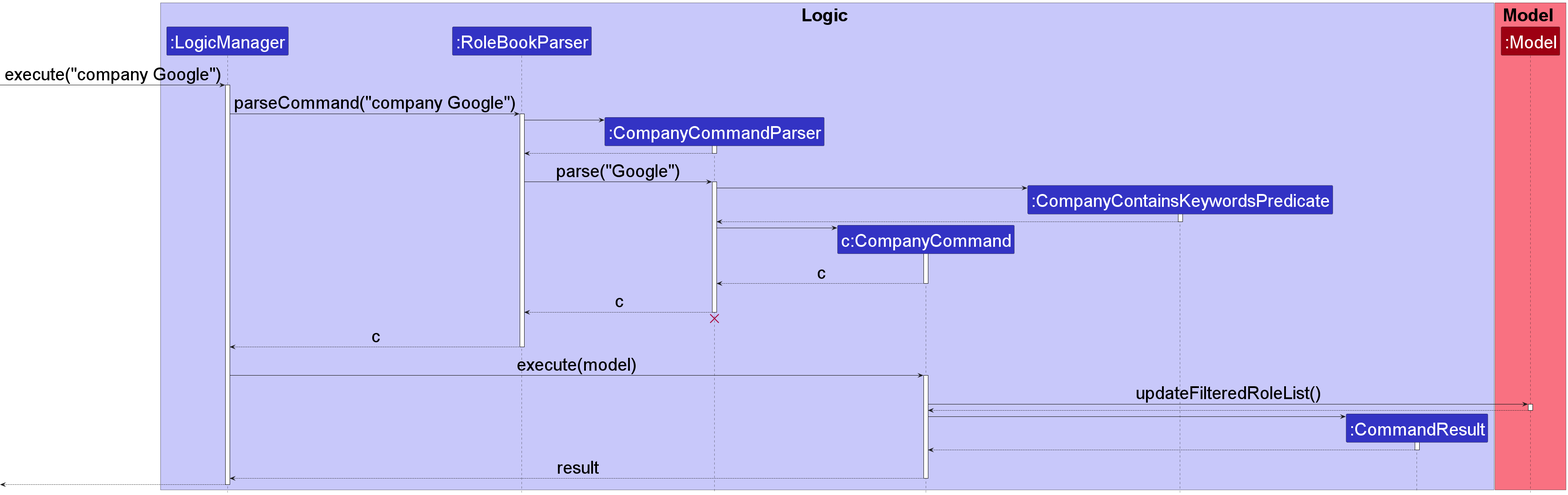
Above: docs/images/CompanyCommandSequenceDiagram.png in nus-cs2103-AY2223S2/tp (PlantUML), before the change. Its diagram source:
```plantuml
@startuml
!include style.puml

skinparam defaultFontSize 40

box Logic LOGIC_COLOR_T1
participant ":LogicManager" as LogicManager LOGIC_COLOR
participant ":RoleBookParser" as RoleBookParser LOGIC_COLOR
participant ":CompanyCommandParser" as CompanyCommandParser LOGIC_COLOR
participant "c:CompanyCommand" as CompanyCommand LOGIC_COLOR
participant ":CompanyContainsKeywordsPredicate" as CompanyContainsKeywordsPredicate LOGIC_COLOR
participant ":CommandResult" as CommandResult LOGIC_COLOR
end box


box Model MODEL_COLOR_T1
participant ":Model" as Model MODEL_COLOR
end box

[-> LogicManager : execute("company Google")
activate LogicManager

LogicManager -> RoleBookParser : parseCommand("company Google")
activate RoleBookParser

create CompanyCommandParser
RoleBookParser -> CompanyCommandParser
activate CompanyCommandParser

CompanyCommandParser --> RoleBookParser
deactivate CompanyCommandParser

RoleBookParser -> CompanyCommandParser : parse("Google")
activate CompanyCommandParser

create CompanyContainsKeywordsPredicate
CompanyCommandParser -> CompanyContainsKeywordsPredicate
activate CompanyContainsKeywordsPredicate

CompanyContainsKeywordsPredicate --> CompanyCommandParser
deactivate CompanyContainsKeywordsPredicate

create CompanyCommand
CompanyCommandParser -> CompanyCommand
activate CompanyCommand

CompanyCommand --> CompanyCommandParser : c
deactivate CompanyCommand

CompanyCommandParser --> RoleBookParser : c
deactivate CompanyCommandParser
CompanyCommandParser -[hidden]-> RoleBookParser
destroy CompanyCommandParser

RoleBookParser --> LogicManager : c
deactivate RoleBookParser


LogicManager -> CompanyCommand : execute(model)
activate CompanyCommand


CompanyCommand -> Model : updateFilteredRoleList()
activate Model

Model --> CompanyCommand
deactivate Model

create CommandResult
CompanyCommand -> CommandResult
activate CommandResult

CommandResult --> CompanyCommand
deactivate CommandResult

CompanyCommand --> LogicManager : result
deactivate CompanyCommand

[<--LogicManager
deactivate LogicManager
@enduml
```
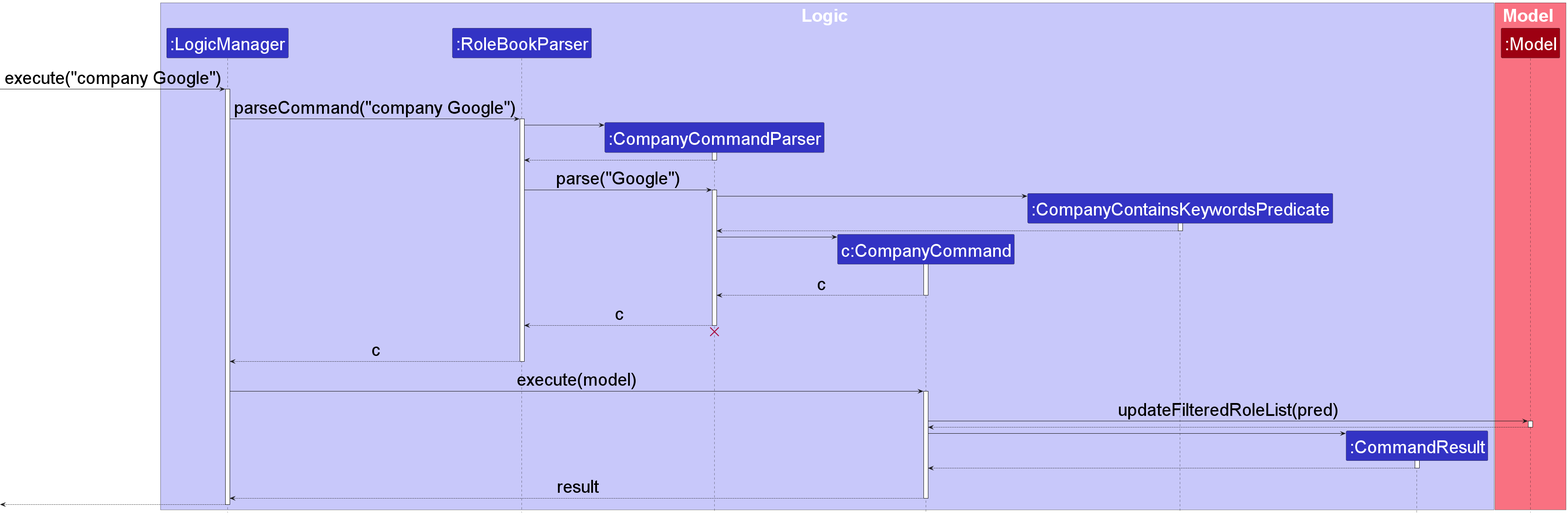
The same diagram one commit later.

Commit message:
Edit DG for company command

The edit, as a diff of the source:
```diff
@@ -60,7 +60,7 @@
 activate CompanyCommand
 
 
-CompanyCommand -> Model : updateFilteredRoleList()
+CompanyCommand -> Model : updateFilteredRoleList(pred)
 activate Model
 
 Model --> CompanyCommand
```
